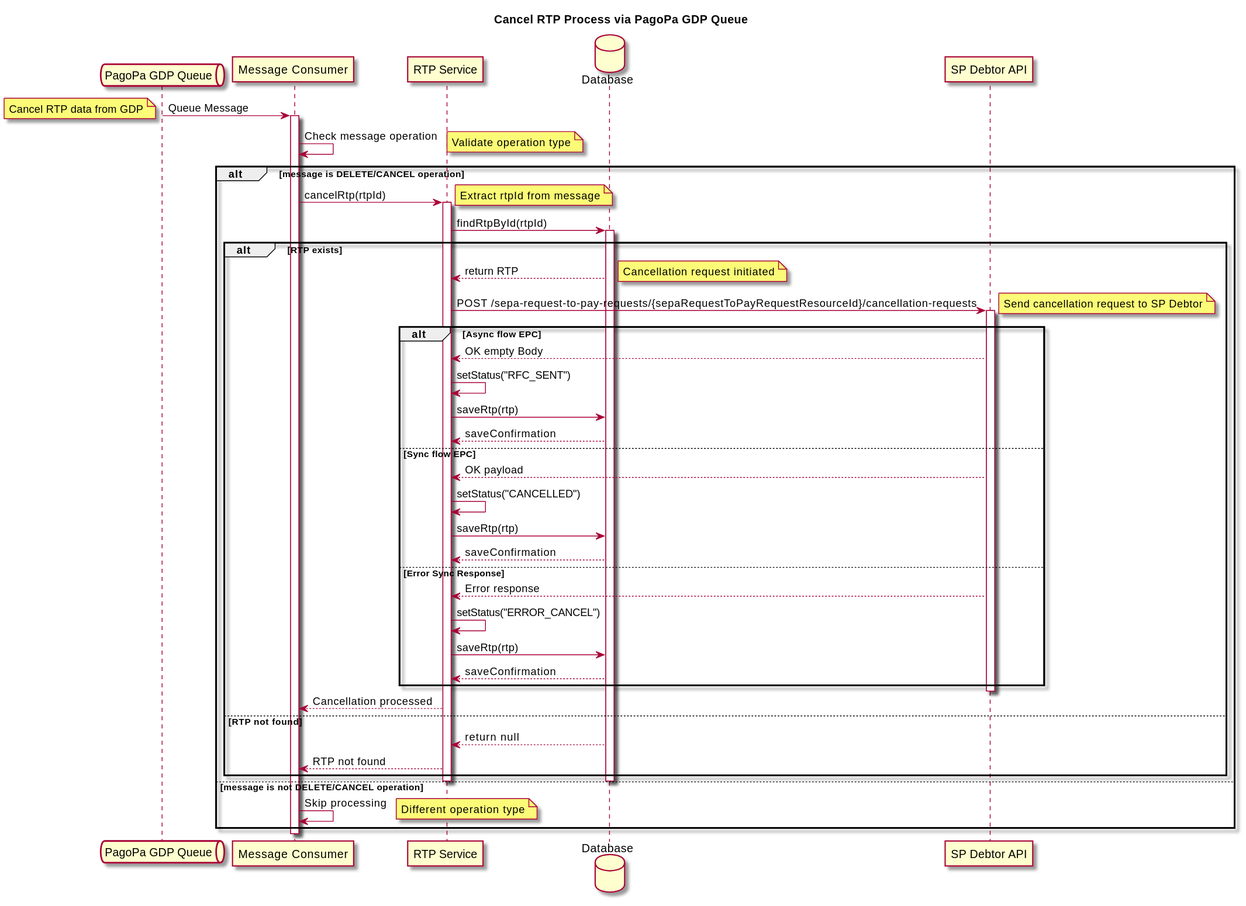
pagopa/rtp-docs keeps this PlantUML diagram as diagrams/delete-queue-schema.svg. Above is the earlier version.
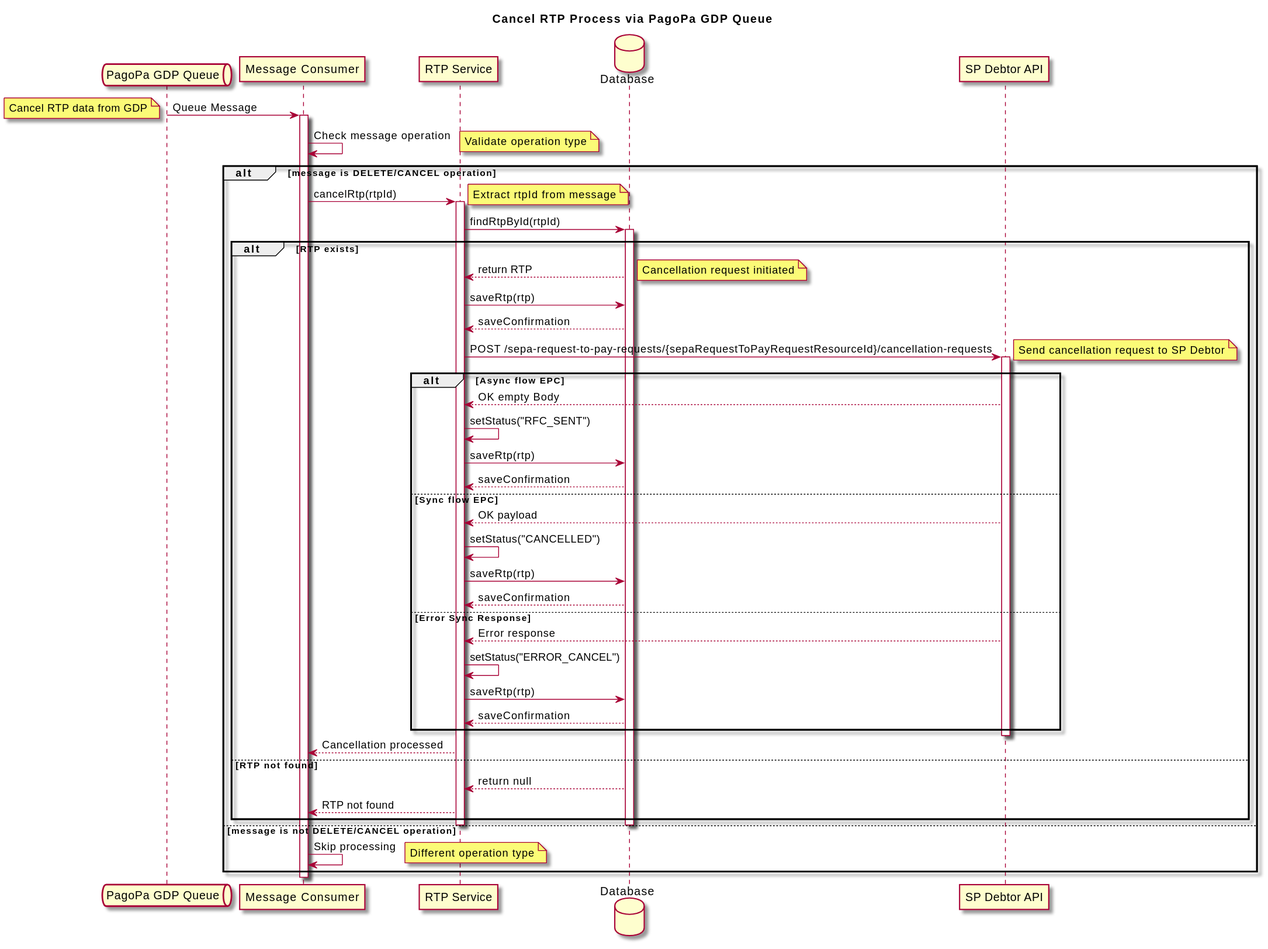
Later version of the same file.

Diff of the diagram source:
```diff
@@ -22,6 +22,8 @@
     DB --> Service: return RTP
 
     note right: Cancellation request initiated
+    Service -> DB: saveRtp(rtp)
+    DB --> Service: saveConfirmation
 
     Service -> SPDAPI: POST /sepa-request-to-pay-requests/{sepaRequestToPayRequestResourceId}/cancellation-requests
     note right: Send cancellation request to SP Debtor
```
